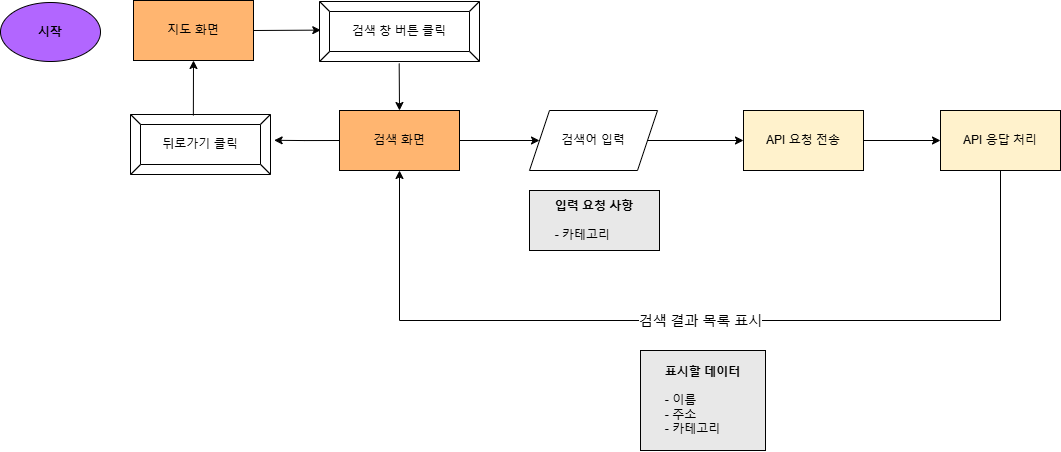
kakao-tech-campus-2nd-step2/android-map-search keeps this draw.io diagram as image/map_search_flow_chart.png. Above is the earlier version. Source tidied: cells renumbered, new cells last; positions are measured from the earlier drawing's top-left corner, leaving out a move shared by most shapes. Source of this version:
```xml
<mxGraphModel>
  <root>
    <mxCell id="0" />
    <mxCell id="1" parent="0" />
    <mxCell id="2" style="endArrow=classic;html=1;rounded=0;exitX=1;exitY=0.5;exitDx=0;exitDy=0;entryX=0.008;entryY=0.477;entryDx=0;entryDy=0;entryPerimeter=0;" parent="1" edge="1" source="3" target="4">
      <mxGeometry relative="1" as="geometry" />
    </mxCell>
    <mxCell id="3" value="지도 화면" style="rounded=0;whiteSpace=wrap;html=1;fillColor=#FFB570;" parent="1" vertex="1">
      <mxGeometry x="133" width="120" height="60" as="geometry" />
    </mxCell>
    <mxCell id="4" value="검색 창 버튼 클릭" style="labelPosition=center;verticalLabelPosition=middle;align=center;html=1;shape=mxgraph.basic.button;dx=10;whiteSpace=wrap;" parent="1" vertex="1">
      <mxGeometry x="319" y="1" width="160" height="60" as="geometry" />
    </mxCell>
    <mxCell id="5" value="검색 화면" style="rounded=0;whiteSpace=wrap;html=1;fillColor=#FFB570;" parent="1" vertex="1">
      <mxGeometry x="339" y="110" width="120" height="60" as="geometry" />
    </mxCell>
    <mxCell id="6" style="endArrow=classic;html=1;rounded=0;entryX=0.5;entryY=0;entryDx=0;entryDy=0;exitX=0.498;exitY=1.033;exitDx=0;exitDy=0;exitPerimeter=0;" parent="1" edge="1" source="4" target="5">
      <mxGeometry relative="1" as="geometry" />
    </mxCell>
    <mxCell id="7" value="검색어 입력" style="shape=parallelogram;perimeter=parallelogramPerimeter;whiteSpace=wrap;html=1;fixedSize=1;" parent="1" vertex="1">
      <mxGeometry x="529" y="110" width="128" height="60" as="geometry" />
    </mxCell>
    <mxCell id="8" style="endArrow=classic;html=1;rounded=0;exitX=1;exitY=0.5;exitDx=0;exitDy=0;entryX=0;entryY=0.5;entryDx=0;entryDy=0;" parent="1" edge="1" source="5" target="7">
      <mxGeometry relative="1" as="geometry" />
    </mxCell>
    <mxCell id="9" value="뒤로가기 클릭" style="labelPosition=center;verticalLabelPosition=middle;align=center;html=1;shape=mxgraph.basic.button;dx=10;whiteSpace=wrap;" parent="1" vertex="1">
      <mxGeometry x="130" y="114" width="140" height="60" as="geometry" />
    </mxCell>
    <mxCell id="10" style="edgeStyle=orthogonalEdgeStyle;rounded=0;jettySize=auto;html=1;exitX=0;exitY=0.5;exitDx=0;exitDy=0;entryX=1.026;entryY=0.43;entryDx=0;entryDy=0;entryPerimeter=0;" parent="1" edge="1" source="5" target="9">
      <mxGeometry relative="1" as="geometry" />
    </mxCell>
    <mxCell id="11" style="endArrow=classic;html=1;rounded=0;exitX=0.449;exitY=0.017;exitDx=0;exitDy=0;exitPerimeter=0;entryX=0.5;entryY=1;entryDx=0;entryDy=0;" parent="1" edge="1" source="9" target="3">
      <mxGeometry relative="1" as="geometry" />
    </mxCell>
    <mxCell id="12" value="API 요청 전송" style="rounded=0;whiteSpace=wrap;html=1;fillColor=#FFF2CC;" parent="1" vertex="1">
      <mxGeometry x="743" y="110" width="120" height="60" as="geometry" />
    </mxCell>
    <mxCell id="13" style="endArrow=classic;html=1;rounded=0;exitX=1;exitY=0.5;exitDx=0;exitDy=0;entryX=0;entryY=0.5;entryDx=0;entryDy=0;" parent="1" edge="1" source="7" target="12">
      <mxGeometry relative="1" as="geometry" />
    </mxCell>
    <mxCell id="14" value="&lt;div style=&quot;text-align: left;&quot;&gt;&lt;b style=&quot;background-color: initial;&quot;&gt;입력 요청 사항&lt;/b&gt;&lt;/div&gt;&lt;div&gt;&lt;br&gt;&lt;div style=&quot;text-align: left;&quot;&gt;- 카테고리&lt;/div&gt;&lt;/div&gt;" style="rounded=0;whiteSpace=wrap;html=1;fillColor=#E8E8E8;" parent="1" vertex="1">
      <mxGeometry x="529" y="190" width="130" height="60" as="geometry" />
    </mxCell>
    <mxCell id="15" value="&lt;b&gt;시작&lt;/b&gt;" style="ellipse;whiteSpace=wrap;html=1;fillColor=#B266FF;" parent="1" vertex="1">
      <mxGeometry y="2" width="100" height="59" as="geometry" />
    </mxCell>
    <mxCell id="16" value="API 응답 처리" style="rounded=0;whiteSpace=wrap;html=1;fillColor=#FFF2CC;" parent="1" vertex="1">
      <mxGeometry x="940" y="110" width="120" height="60" as="geometry" />
    </mxCell>
    <mxCell id="17" style="endArrow=classic;html=1;rounded=0;exitX=1;exitY=0.5;exitDx=0;exitDy=0;entryX=0;entryY=0.5;entryDx=0;entryDy=0;" parent="1" edge="1" source="12" target="16">
      <mxGeometry relative="1" as="geometry" />
    </mxCell>
    <mxCell id="18" value="&lt;div style=&quot;text-align: left;&quot;&gt;&lt;b&gt;표시할 데이터&lt;/b&gt;&lt;/div&gt;&lt;div style=&quot;text-align: left;&quot;&gt;&lt;b&gt;&lt;br&gt;&lt;/b&gt;&lt;/div&gt;&lt;div style=&quot;text-align: left;&quot;&gt;- 이름&lt;/div&gt;&lt;div style=&quot;text-align: left;&quot;&gt;- 주소&lt;/div&gt;&lt;div style=&quot;text-align: left;&quot;&gt;- 카테고리&lt;/div&gt;" style="rounded=0;whiteSpace=wrap;html=1;fillColor=#E8E8E8;" parent="1" vertex="1">
      <mxGeometry x="640" y="350" width="125" height="100" as="geometry" />
    </mxCell>
    <mxCell id="19" style="endArrow=classic;html=1;rounded=0;exitX=0.5;exitY=1;exitDx=0;exitDy=0;entryX=0.5;entryY=1;entryDx=0;entryDy=0;" parent="1" edge="1" source="16" target="5">
      <mxGeometry relative="1" as="geometry">
        <Array as="points">
          <mxPoint x="1000" y="320" />
          <mxPoint x="399" y="320" />
        </Array>
      </mxGeometry>
    </mxCell>
    <mxCell id="20" value="&lt;font style=&quot;font-size: 14px;&quot;&gt;검색 결과 목록 표시&lt;/font&gt;" style="edgeLabel;html=1;align=center;verticalAlign=middle;" parent="19" vertex="1">
      <mxGeometry relative="1" as="geometry" />
    </mxCell>
  </root>
</mxGraphModel>
```
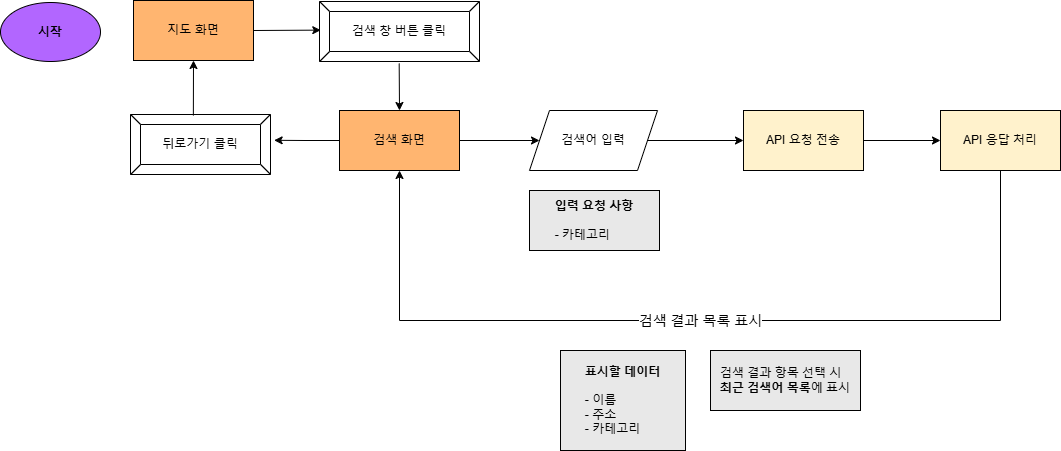
Later version of the same file.

The edit, as a diff of the source:
```diff
@@ -51,7 +51,7 @@
       <mxGeometry relative="1" as="geometry" />
     </mxCell>
     <mxCell id="18" value="&lt;div style=&quot;text-align: left;&quot;&gt;&lt;b&gt;표시할 데이터&lt;/b&gt;&lt;/div&gt;&lt;div style=&quot;text-align: left;&quot;&gt;&lt;b&gt;&lt;br&gt;&lt;/b&gt;&lt;/div&gt;&lt;div style=&quot;text-align: left;&quot;&gt;- 이름&lt;/div&gt;&lt;div style=&quot;text-align: left;&quot;&gt;- 주소&lt;/div&gt;&lt;div style=&quot;text-align: left;&quot;&gt;- 카테고리&lt;/div&gt;" style="rounded=0;whiteSpace=wrap;html=1;fillColor=#E8E8E8;" parent="1" vertex="1">
-      <mxGeometry x="640" y="350" width="125" height="100" as="geometry" />
+      <mxGeometry x="560" y="350" width="125" height="100" as="geometry" />
     </mxCell>
     <mxCell id="19" style="endArrow=classic;html=1;rounded=0;exitX=0.5;exitY=1;exitDx=0;exitDy=0;entryX=0.5;entryY=1;entryDx=0;entryDy=0;" parent="1" edge="1" source="16" target="5">
       <mxGeometry relative="1" as="geometry">
@@ -64,5 +64,8 @@
     <mxCell id="20" value="&lt;font style=&quot;font-size: 14px;&quot;&gt;검색 결과 목록 표시&lt;/font&gt;" style="edgeLabel;html=1;align=center;verticalAlign=middle;" parent="19" vertex="1">
       <mxGeometry relative="1" as="geometry" />
     </mxCell>
+    <mxCell id="21" value="&lt;div style=&quot;text-align: left;&quot;&gt;검색 결과 항목 선택 시&amp;nbsp;&lt;/div&gt;&lt;div style=&quot;text-align: left;&quot;&gt;&lt;b&gt;최근 검색어 목록&lt;/b&gt;에 표시&lt;/div&gt;" style="rounded=0;whiteSpace=wrap;html=1;fillColor=#E8E8E8;" parent="1" vertex="1">
+      <mxGeometry x="710" y="350" width="150" height="60" as="geometry" />
+    </mxCell>
   </root>
 </mxGraphModel>
```
